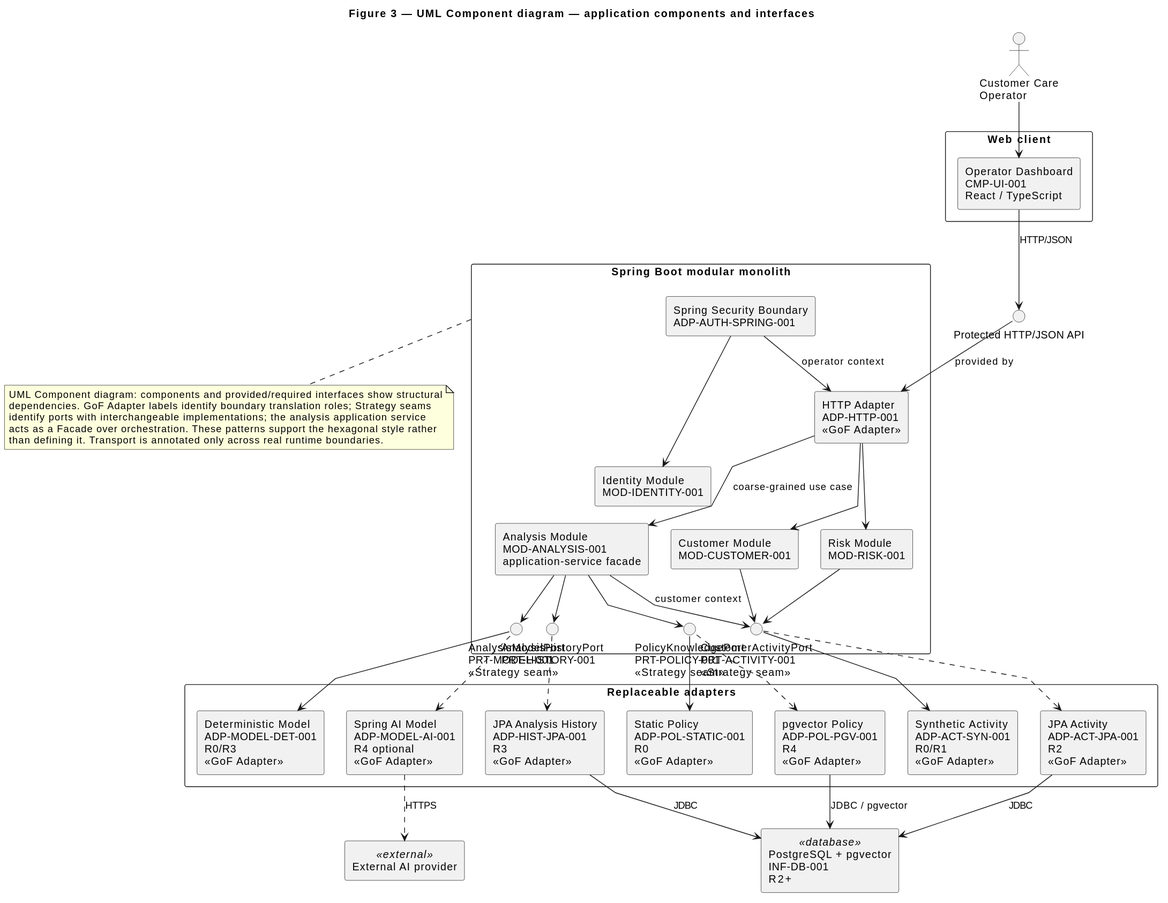
The PlantUML diagram docs/assignment/SDD/diagrams/component-topology.svg in jdoe-dev-159753/specgraph-reference-app, before a commit.
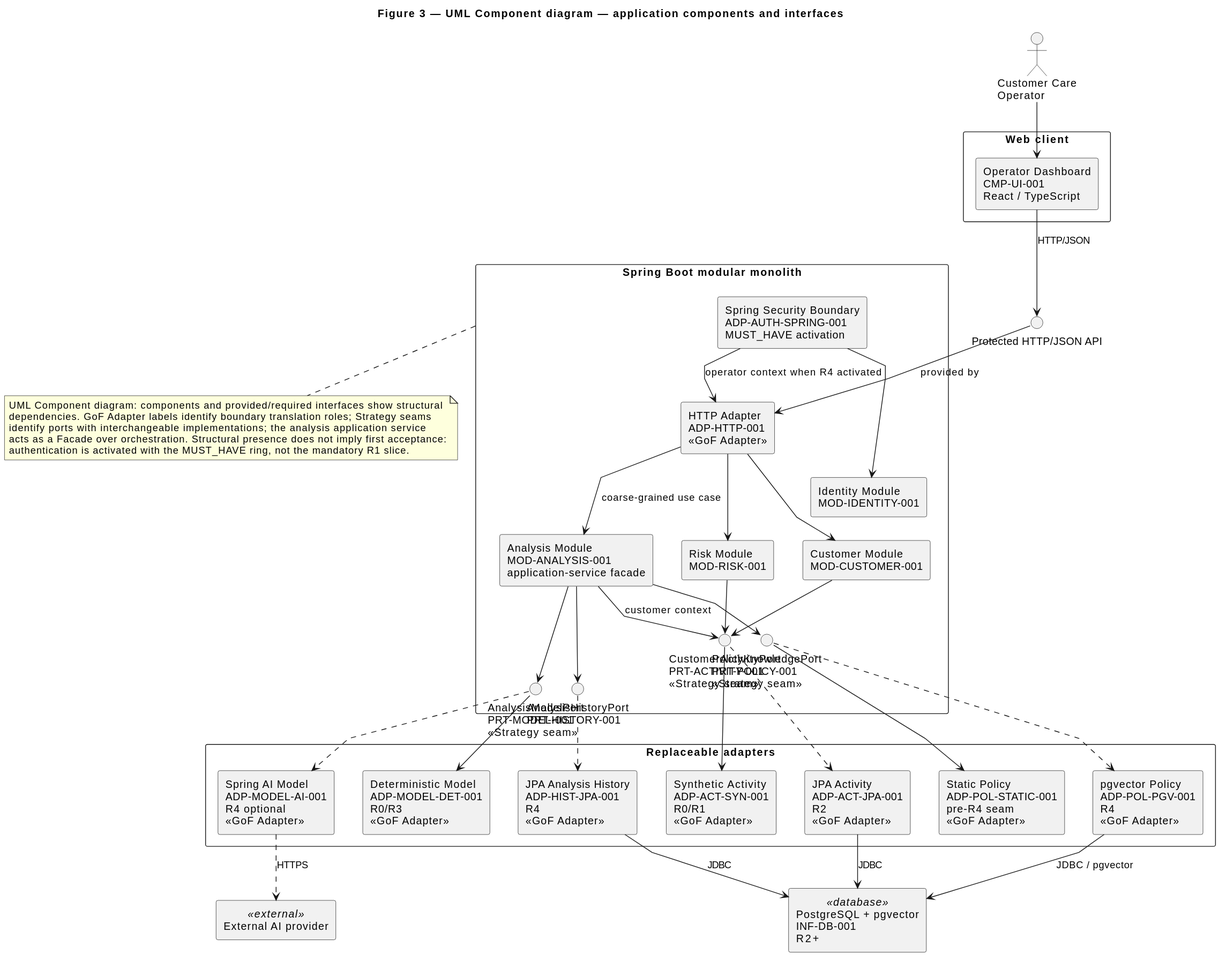
The same file after the commit.

Diff of the diagram source:
```diff
@@ -4,7 +4,7 @@
 skinparam componentStyle rectangle
 skinparam packageStyle rectangle
 skinparam linetype polyline
-skinparam nodesep 30
+skinparam nodesep 38
 skinparam ranksep 45
 
 actor "Customer Care\nOperator" as Operator
@@ -15,7 +15,7 @@
 }
 
 package "Spring Boot modular monolith" as Backend {
-  component "Spring Security Boundary\nADP-AUTH-SPRING-001" as Auth
+  component "Spring Security Boundary\nADP-AUTH-SPRING-001\nMUST_HAVE activation" as Auth
   component "HTTP Adapter\nADP-HTTP-001\n<<GoF Adapter>>" as Http
 
   component "Identity Module\nMOD-IDENTITY-001" as Identity
@@ -31,19 +31,21 @@
   Identity -[hidden]right-> Customer
   Customer -[hidden]right-> Risk
   Risk -[hidden]right-> Analysis
+
   ActivityPort -[hidden]right-> PolicyPort
-  PolicyPort -[hidden]right-> ModelPort
   ModelPort -[hidden]right-> HistoryPort
+  ActivityPort -[hidden]down-> ModelPort
+  PolicyPort -[hidden]down-> HistoryPort
 }
 
 package "Replaceable adapters" as Adapters {
   component "Synthetic Activity\nADP-ACT-SYN-001\nR0/R1\n<<GoF Adapter>>" as ActivitySynthetic
   component "JPA Activity\nADP-ACT-JPA-001\nR2\n<<GoF Adapter>>" as ActivityJpa
-  component "Static Policy\nADP-POL-STATIC-001\nR0\n<<GoF Adapter>>" as PolicyStatic
+  component "Static Policy\nADP-POL-STATIC-001\npre-R4 seam\n<<GoF Adapter>>" as PolicyStatic
   component "pgvector Policy\nADP-POL-PGV-001\nR4\n<<GoF Adapter>>" as PolicyPg
   component "Deterministic Model\nADP-MODEL-DET-001\nR0/R3\n<<GoF Adapter>>" as ModelDet
   component "Spring AI Model\nADP-MODEL-AI-001\nR4 optional\n<<GoF Adapter>>" as ModelAi
-  component "JPA Analysis History\nADP-HIST-JPA-001\nR3\n<<GoF Adapter>>" as HistoryJpa
+  component "JPA Analysis History\nADP-HIST-JPA-001\nR4\n<<GoF Adapter>>" as HistoryJpa
 
   ActivitySynthetic -[hidden]right-> ActivityJpa
   ActivityJpa -[hidden]right-> PolicyStatic
@@ -58,7 +60,7 @@
 Operator --> UI
 UI --> WebApi : HTTP/JSON
 WebApi --> Http : provided by
-Auth --> Http : operator context
+Auth --> Http : operator context when R4 activated
 Auth --> Identity
 Http --> Customer
 Http --> Risk
@@ -88,7 +90,7 @@
   UML Component diagram: components and provided/required interfaces show structural
   dependencies. GoF Adapter labels identify boundary translation roles; Strategy seams
   identify ports with interchangeable implementations; the analysis application service
-  acts as a Facade over orchestration. These patterns support the hexagonal style rather
-  than defining it. Transport is annotated only across real runtime boundaries.
+  acts as a Facade over orchestration. Structural presence does not imply first acceptance:
+  authentication is activated with the MUST_HAVE ring, not the mandatory R1 slice.
 end note
 @enduml
```
